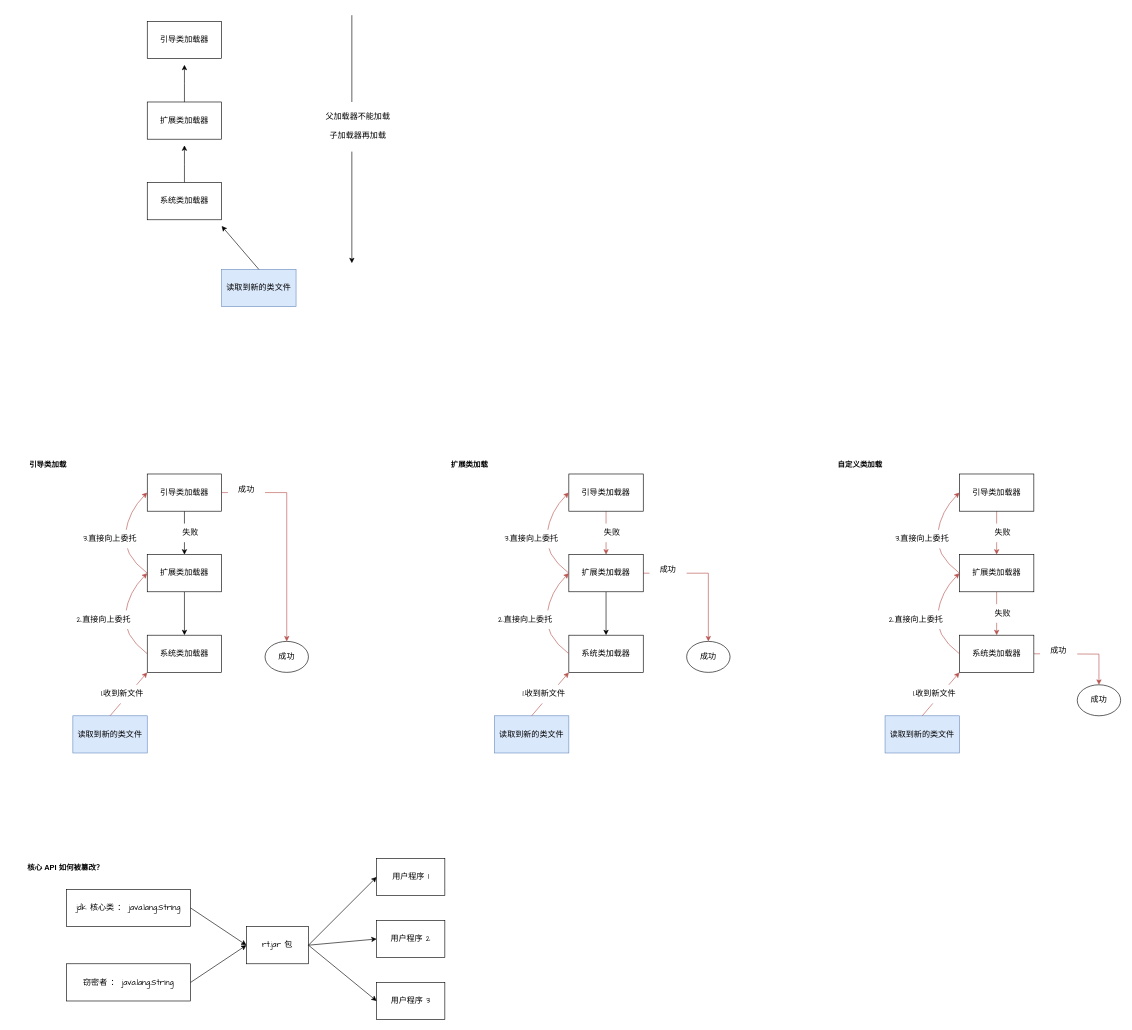
Before: page "双亲委派" (3 of 3) of Drawio/JVM ClassLoad.drawio in xinzhuxiansheng/blog-notes, a draw.io diagram. Source tidied: cells renumbered, new cells numbered last; positions are measured from the earlier drawing's top-left corner, leaving out a move shared by most shapes. Both pictures are drawn from the tidied source at 62%, with x=0, y=0 at pixel (11, 15).
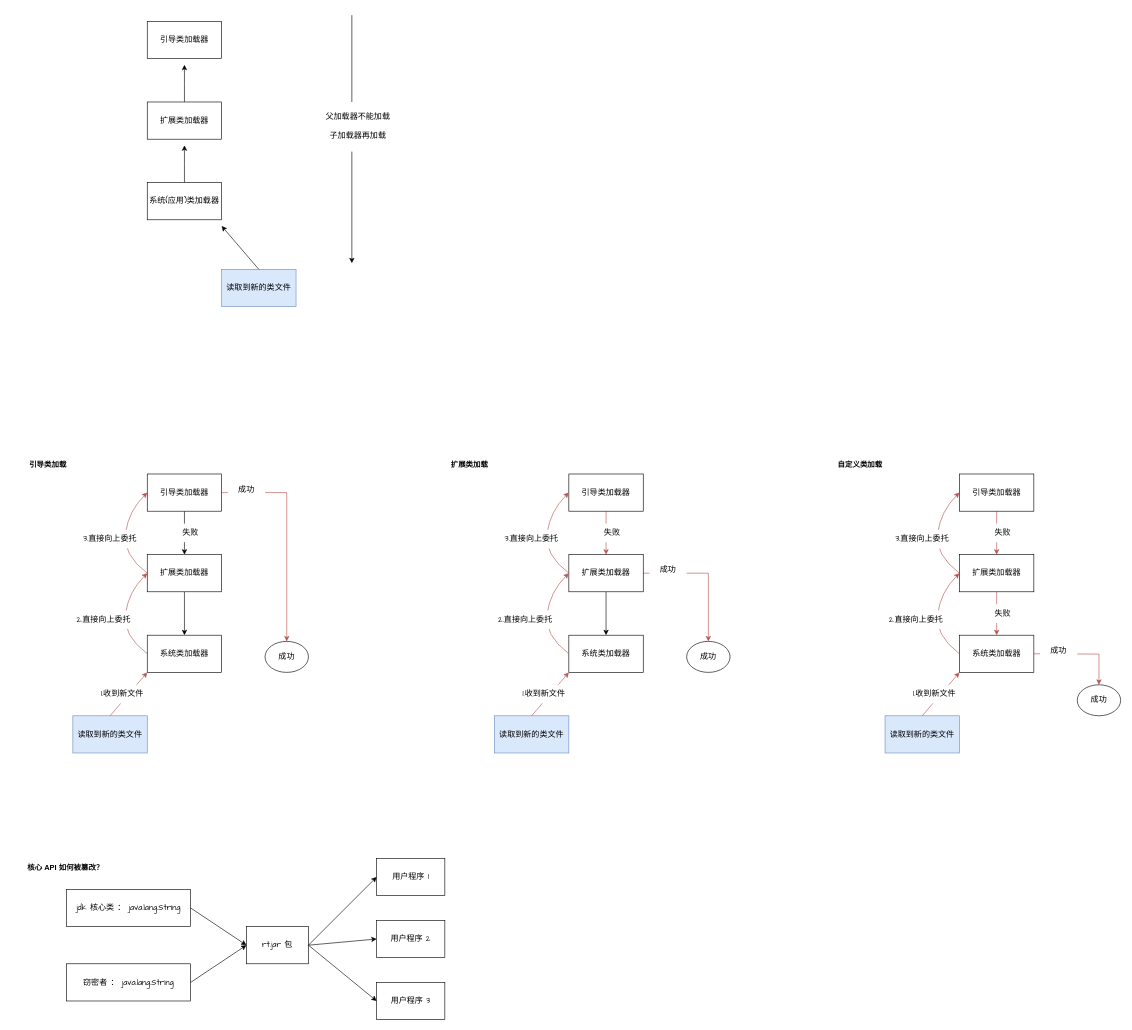
After the change.

The edit, as a diff of the source:
```diff
@@
-    <mxCell id="6" value="系统类加载器" style="rounded=0;whiteSpace=wrap;html=1;fontFamily=Comic Sans MS;fontSize=13;" parent="1" vertex="1">
+    <mxCell id="6" value="系统(应用)类加载器" style="rounded=0;whiteSpace=wrap;html=1;fontFamily=Comic Sans MS;fontSize=13;" parent="1" vertex="1">
       <mxGeometry x="220" y="270" width="120" height="60" as="geometry" />
     </mxCell>
```
